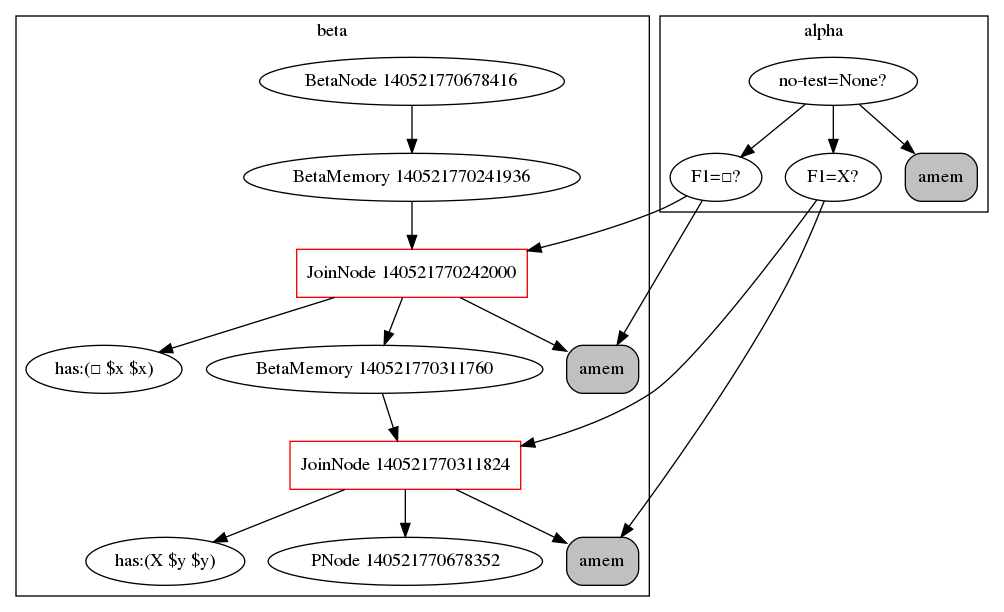
The Graphviz diagram genifer6/rete.png in Cybernetic1/python, before a commit. Its source is kept beside it as genifer6/rete.dot.
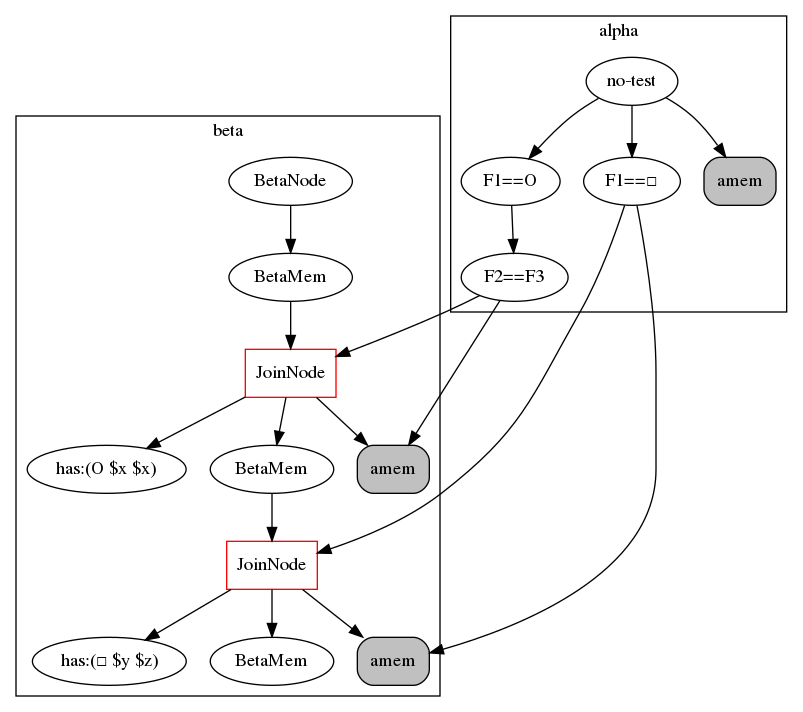
The same diagram one commit later.

What changed in the source:
```diff
@@ -1,29 +1,36 @@
 digraph {
-    subgraph cluster_1 {
-    label = beta
-    "BetaNode 140521770678416" -> "BetaMemory 140521770241936";
-    "BetaMemory 140521770241936" -> "JoinNode 140521770242000";
-    "JoinNode 140521770242000" -> "amem:<rete.alpha.AlphaMemory instance at 0x7fcdc632f290>"
-    "JoinNode 140521770242000" [shape=box, color=red];
-    "JoinNode 140521770242000" -> "has:(□ $x $x)"
-    "JoinNode 140521770242000" -> "BetaMemory 140521770311760";
-    "BetaMemory 140521770311760" -> "JoinNode 140521770311824";
-    "JoinNode 140521770311824" -> "amem:<rete.alpha.AlphaMemory instance at 0x7fcdc632f320>"
-    "JoinNode 140521770311824" [shape=box, color=red];
-    "JoinNode 140521770311824" -> "has:(X $y $y)"
-    "JoinNode 140521770311824" -> "PNode 140521770678352";
-    }
-    subgraph cluster_0 {
-    label = alpha
-    "no-test=None?" -> "F1=□?";
-    "F1=□?" -> "amem:<rete.alpha.AlphaMemory instance at 0x7fcdc632f290>";
-    "amem:<rete.alpha.AlphaMemory instance at 0x7fcdc632f290>" [shape=box, style="rounded,filled", label="amem", fillcolor=gray];
-    "no-test=None?" -> "F1=X?";
-    "F1=X?" -> "amem:<rete.alpha.AlphaMemory instance at 0x7fcdc632f320>";
-    "amem:<rete.alpha.AlphaMemory instance at 0x7fcdc632f320>" [shape=box, style="rounded,filled", label="amem", fillcolor=gray];
-    "no-test=None?" -> "amem:<rete.alpha.AlphaMemory instance at 0x7fcdc632f0e0>";
-    "amem:<rete.alpha.AlphaMemory instance at 0x7fcdc632f0e0>" [shape=box, style="rounded,filled", label="amem", fillcolor=gray];
-    }
-    "F1=□?" -> "JoinNode 140521770242000";
-    "F1=X?" -> "JoinNode 140521770311824";
+	subgraph cluster_1 {
+	label = beta
+	"BetaNode 140164080520104" [label="BetaNode"];
+	"BetaMemory 140164080634008" [label="BetaMem"];
+	"BetaNode 140164080520104" -> "BetaMemory 140164080634008";
+	"JoinNode 140164080634288" [label="BetaMem"];
+	"BetaMemory 140164080634008" -> "JoinNode 140164080634288";
+	"JoinNode 140164080634288" [shape=box, color=red, label="JoinNode"];
+	"JoinNode 140164080634288" -> "amem:<rete.alpha.AlphaMemory object at 0x7f7a7e3c8978>"
+	"JoinNode 140164080634288" -> "has:(O $x $x)"
+	"BetaMemory 140164080634344" [label="BetaMem"];
+	"JoinNode 140164080634288" -> "BetaMemory 140164080634344";
+	"JoinNode 140164080634512" [label="BetaMem"];
+	"BetaMemory 140164080634344" -> "JoinNode 140164080634512";
+	"JoinNode 140164080634512" [shape=box, color=red, label="JoinNode"];
+	"JoinNode 140164080634512" -> "amem:<rete.alpha.AlphaMemory object at 0x7f7a7e3c8a58>"
+	"JoinNode 140164080634512" -> "has:(□ $y $z)"
+	"PNode 140164080633952" [label="BetaMem"];
+	"JoinNode 140164080634512" -> "PNode 140164080633952";
+	}
+	subgraph cluster_0 {
+	label = alpha
+	"no-test" -> "F1==O";
+	"F1==O" -> "F2==F3";
+	"F2==F3" -> "amem:<rete.alpha.AlphaMemory object at 0x7f7a7e3c8978>";
+	"amem:<rete.alpha.AlphaMemory object at 0x7f7a7e3c8978>" [shape=box, style="rounded,filled", label="amem", fillcolor=gray];
+	"no-test" -> "F1==□";
+	"F1==□" -> "amem:<rete.alpha.AlphaMemory object at 0x7f7a7e3c8a58>";
+	"amem:<rete.alpha.AlphaMemory object at 0x7f7a7e3c8a58>" [shape=box, style="rounded,filled", label="amem", fillcolor=gray];
+	"no-test" -> "amem:<rete.alpha.AlphaMemory object at 0x7f7a7e3ac828>";
+	"amem:<rete.alpha.AlphaMemory object at 0x7f7a7e3ac828>" [shape=box, style="rounded,filled", label="amem", fillcolor=gray];
+	}
+	"F2==F3" -> "JoinNode 140164080634288";
+	"F1==□" -> "JoinNode 140164080634512";
 }
```
